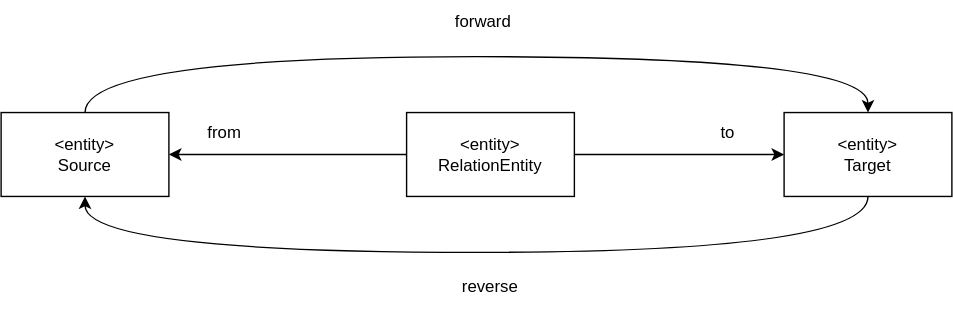
This is io.opencaesar.oml.specification/src/images/Relation-Entity-Pattern.svg from opencaesar/oml, a draw.io export, as it was before one commit. Source tidied: cells renumbered, new cells last; positions are measured from the earlier drawing's top-left corner, leaving out a move shared by most shapes.
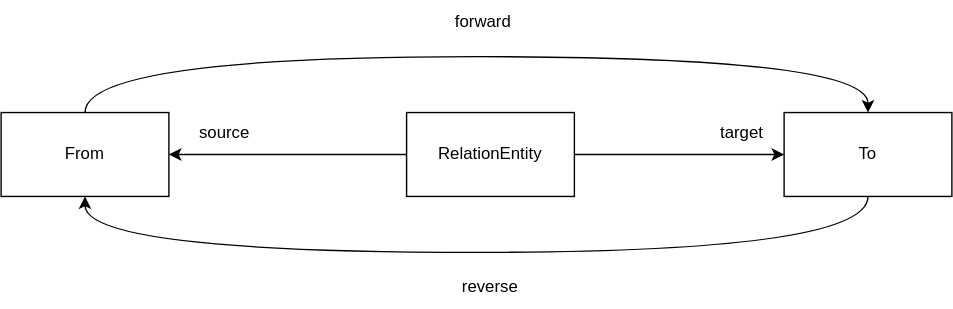
The same diagram one commit later.

Diff of the diagram source:
```diff
@@ -10,7 +10,7 @@
         </Array>
       </mxGeometry>
     </mxCell>
-    <mxCell id="3" value="&amp;lt;entity&amp;gt;&lt;br&gt;Source" style="rounded=0;whiteSpace=wrap;html=1;" parent="1" vertex="1">
+    <mxCell id="3" value="From" style="rounded=0;whiteSpace=wrap;html=1;" parent="1" vertex="1">
       <mxGeometry y="80" width="120" height="60" as="geometry" />
     </mxCell>
     <mxCell id="4" style="edgeStyle=orthogonalEdgeStyle;rounded=0;jettySize=auto;html=1;entryX=0.5;entryY=1;entryDx=0;entryDy=0;exitX=0.5;exitY=1;exitDx=0;exitDy=0;curved=1;" parent="1" edge="1" source="5" target="3">
@@ -21,7 +21,7 @@
         </Array>
       </mxGeometry>
     </mxCell>
-    <mxCell id="5" value="&amp;lt;entity&amp;gt;&lt;br&gt;Target" style="rounded=0;whiteSpace=wrap;html=1;" parent="1" vertex="1">
+    <mxCell id="5" value="To" style="rounded=0;whiteSpace=wrap;html=1;" parent="1" vertex="1">
       <mxGeometry x="560" y="80" width="120" height="60" as="geometry" />
     </mxCell>
     <mxCell id="6" style="edgeStyle=orthogonalEdgeStyle;rounded=0;jettySize=auto;html=1;entryX=1;entryY=0.5;entryDx=0;entryDy=0;" parent="1" edge="1" source="8" target="3">
@@ -30,14 +30,14 @@
     <mxCell id="7" style="edgeStyle=orthogonalEdgeStyle;rounded=0;jettySize=auto;html=1;" parent="1" edge="1" source="8" target="5">
       <mxGeometry relative="1" as="geometry" />
     </mxCell>
-    <mxCell id="8" value="&amp;lt;entity&amp;gt;&lt;br&gt;RelationEntity" style="rounded=0;whiteSpace=wrap;html=1;" parent="1" vertex="1">
+    <mxCell id="8" value="RelationEntity" style="rounded=0;whiteSpace=wrap;html=1;" parent="1" vertex="1">
       <mxGeometry x="290" y="80" width="120" height="60" as="geometry" />
     </mxCell>
-    <mxCell id="9" value="from" style="text;html=1;strokeColor=none;fillColor=none;align=center;verticalAlign=middle;whiteSpace=wrap;rounded=0;" parent="1" vertex="1">
+    <mxCell id="9" value="source" style="text;html=1;strokeColor=none;fillColor=none;align=center;verticalAlign=middle;whiteSpace=wrap;rounded=0;" parent="1" vertex="1">
       <mxGeometry x="130" y="80" width="60" height="30" as="geometry" />
     </mxCell>
-    <mxCell id="10" value="to" style="text;html=1;strokeColor=none;fillColor=none;align=center;verticalAlign=middle;whiteSpace=wrap;rounded=0;" parent="1" vertex="1">
-      <mxGeometry x="490" y="80" width="60" height="30" as="geometry" />
+    <mxCell id="10" value="target" style="text;html=1;strokeColor=none;fillColor=none;align=center;verticalAlign=middle;whiteSpace=wrap;rounded=0;" parent="1" vertex="1">
+      <mxGeometry x="500" y="80" width="60" height="30" as="geometry" />
     </mxCell>
     <mxCell id="11" value="forward" style="text;html=1;strokeColor=none;fillColor=none;align=center;verticalAlign=middle;whiteSpace=wrap;rounded=0;" parent="1" vertex="1">
       <mxGeometry x="315" width="60" height="30" as="geometry" />
```
